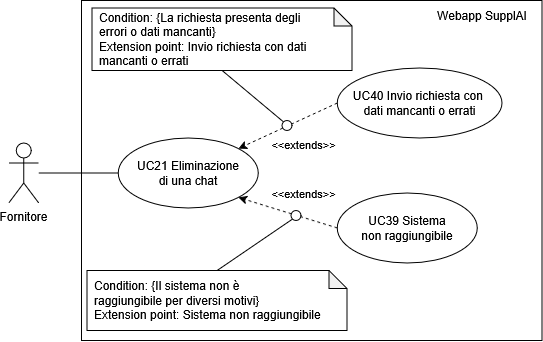
Earlier version of the draw.io export 2 - RTB/imgs/eliminazione-chat.png (CodeHex16/documentazione). Source tidied: cells renumbered, new cells last; positions are measured from the earlier drawing's top-left corner, leaving out a move shared by most shapes.
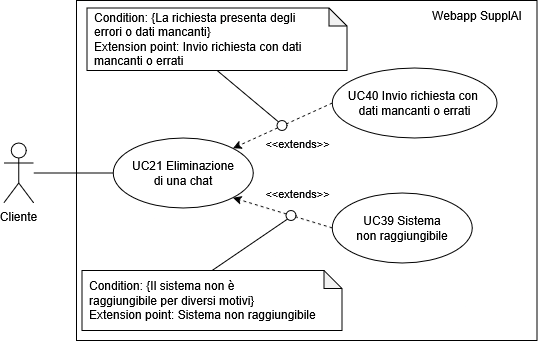
The same file after the commit.

Change to the diagram source:
```diff
@@ -8,7 +8,7 @@
     <mxCell id="3" value="Webapp SupplAI" style="text;html=1;align=center;verticalAlign=middle;whiteSpace=wrap;rounded=0;" parent="1" vertex="1">
       <mxGeometry x="413.6" width="120" height="30" as="geometry" />
     </mxCell>
-    <mxCell id="4" value="Fornitore" style="shape=umlActor;verticalLabelPosition=bottom;verticalAlign=top;html=1;outlineConnect=0;" parent="1" vertex="1">
+    <mxCell id="4" value="Cliente" style="shape=umlActor;verticalLabelPosition=bottom;verticalAlign=top;html=1;outlineConnect=0;" parent="1" vertex="1">
       <mxGeometry x="0.4" y="142.5" width="30" height="60" as="geometry" />
     </mxCell>
     <mxCell id="5" value="&lt;div&gt;UC39 Sistema&lt;/div&gt;&lt;div&gt;non raggiungibile&lt;/div&gt;" style="ellipse;whiteSpace=wrap;html=1;" parent="1" vertex="1">
```
